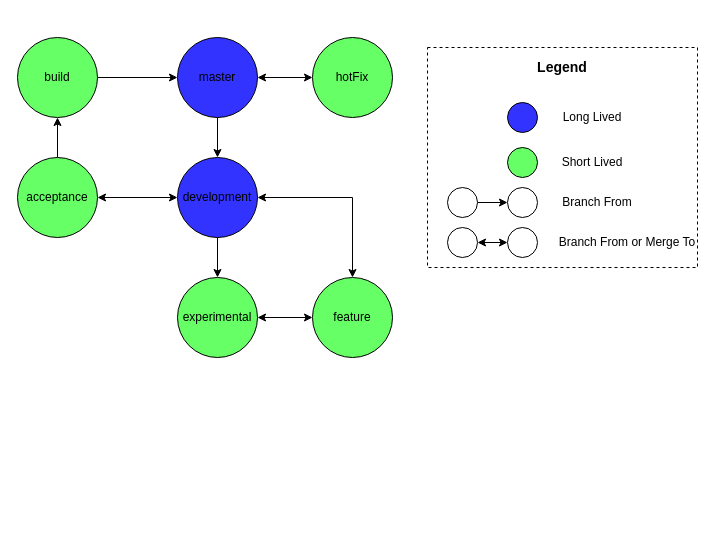
Before: Workflow/MontanaBranchingStrategyDiagrams.drawio in superstewie/Montana, a draw.io diagram. Source tidied: cells renumbered, new cells numbered last; positions are measured from the earlier drawing's top-left corner, leaving out a move shared by most shapes. Both pictures are drawn from the tidied source at 100%, with x=0, y=0 at pixel (17, 37).
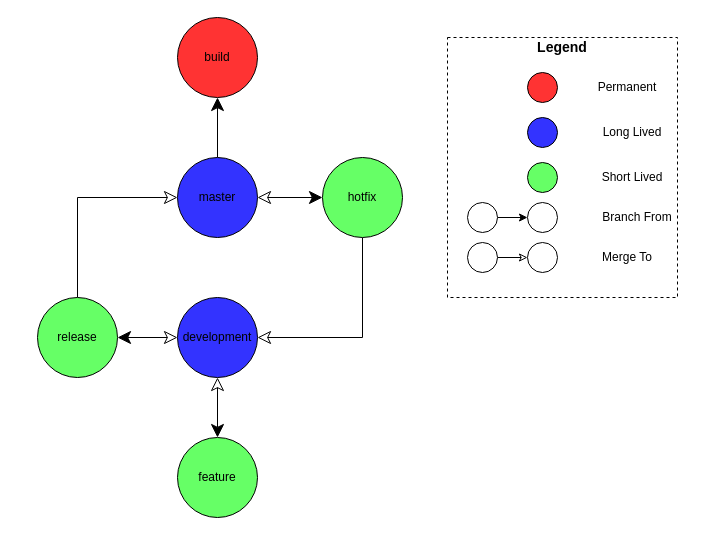
The same page after the edit.

Commit message (it also covers changes not shown here):
Update branching strategy files to reflect new suggestions.

The edit, as a diff of the source:
```diff
@@
-    <mxCell id="2" style="edgeStyle=orthogonalEdgeStyle;rounded=0;jettySize=auto;html=1;entryX=0.5;entryY=0;entryDx=0;entryDy=0;" parent="1" edge="1" source="4" target="7">
-      <mxGeometry relative="1" as="geometry" />
-    </mxCell>
-    <mxCell id="3" style="edgeStyle=orthogonalEdgeStyle;rounded=0;jettySize=auto;html=1;entryX=0;entryY=0.5;entryDx=0;entryDy=0;startArrow=classic;startFill=1;" parent="1" edge="1" source="4" target="14">
-      <mxGeometry relative="1" as="geometry" />
-    </mxCell>
-    <mxCell id="4" value="master" style="ellipse;whiteSpace=wrap;html=1;fillColor=#3333FF;" parent="1" vertex="1">
-      <mxGeometry x="160" width="80" height="80" as="geometry" />
-    </mxCell>
-    <mxCell id="5" style="edgeStyle=orthogonalEdgeStyle;rounded=0;jettySize=auto;html=1;entryX=0.5;entryY=0;entryDx=0;entryDy=0;" parent="1" edge="1" source="7" target="8">
-      <mxGeometry relative="1" as="geometry" />
-    </mxCell>
-    <mxCell id="6" style="edgeStyle=orthogonalEdgeStyle;rounded=0;jettySize=auto;html=1;entryX=1;entryY=0.5;entryDx=0;entryDy=0;startArrow=classic;startFill=1;" parent="1" edge="1" source="7" target="10">
-      <mxGeometry relative="1" as="geometry" />
-    </mxCell>
-    <mxCell id="7" value="development" style="ellipse;whiteSpace=wrap;html=1;fillColor=#3333FF;" parent="1" vertex="1">
-      <mxGeometry x="160" y="120" width="80" height="80" as="geometry" />
-    </mxCell>
-    <mxCell id="8" value="experimental" style="ellipse;whiteSpace=wrap;html=1;fillColor=#66FF66;" parent="1" vertex="1">
-      <mxGeometry x="160" y="240" width="80" height="80" as="geometry" />
-    </mxCell>
-    <mxCell id="9" style="edgeStyle=orthogonalEdgeStyle;rounded=0;jettySize=auto;html=1;startArrow=none;startFill=0;" parent="1" edge="1" source="10" target="16">
-      <mxGeometry relative="1" as="geometry" />
-    </mxCell>
-    <mxCell id="10" value="acceptance" style="ellipse;whiteSpace=wrap;html=1;fillColor=#66FF66;" parent="1" vertex="1">
-      <mxGeometry y="120" width="80" height="80" as="geometry" />
-    </mxCell>
-    <mxCell id="11" style="edgeStyle=orthogonalEdgeStyle;rounded=0;jettySize=auto;html=1;entryX=1;entryY=0.5;entryDx=0;entryDy=0;startArrow=classic;startFill=1;" parent="1" edge="1" source="13" target="8">
-      <mxGeometry relative="1" as="geometry" />
-    </mxCell>
-    <mxCell id="12" style="edgeStyle=orthogonalEdgeStyle;rounded=0;jettySize=auto;html=1;entryX=1;entryY=0.5;entryDx=0;entryDy=0;startArrow=classic;startFill=1;" parent="1" edge="1" source="13" target="7">
-      <mxGeometry relative="1" as="geometry">
-        <Array as="points">
-          <mxPoint x="335" y="160" />
-        </Array>
-      </mxGeometry>
-    </mxCell>
-    <mxCell id="13" value="feature" style="ellipse;whiteSpace=wrap;html=1;fillColor=#66FF66;" parent="1" vertex="1">
-      <mxGeometry x="295" y="240" width="80" height="80" as="geometry" />
-    </mxCell>
-    <mxCell id="14" value="hotFix" style="ellipse;whiteSpace=wrap;html=1;fillColor=#66FF66;" parent="1" vertex="1">
-      <mxGeometry x="295" width="80" height="80" as="geometry" />
-    </mxCell>
-    <mxCell id="15" style="edgeStyle=orthogonalEdgeStyle;rounded=0;jettySize=auto;html=1;startArrow=none;startFill=0;" parent="1" edge="1" source="16" target="4">
-      <mxGeometry relative="1" as="geometry" />
-    </mxCell>
-    <mxCell id="16" value="build" style="ellipse;whiteSpace=wrap;html=1;fillColor=#66FF66;" parent="1" vertex="1">
-      <mxGeometry width="80" height="80" as="geometry" />
-    </mxCell>
     <mxCell id="17" style="rounded=0;whiteSpace=wrap;html=1;fillColor=none;dashed=1;" parent="1" vertex="1">
-      <mxGeometry x="410" y="10" width="270" height="220" as="geometry" />
+      <mxGeometry x="430" width="230" height="260" as="geometry" />
     </mxCell>
     <mxCell id="18" style="ellipse;whiteSpace=wrap;html=1;fillColor=#3333FF;" parent="1" vertex="1">
-      <mxGeometry x="490" y="65" width="30" height="30" as="geometry" />
+      <mxGeometry x="510" y="80" width="30" height="30" as="geometry" />
     </mxCell>
     <mxCell id="19" value="Long Lived" style="text;html=1;strokeColor=none;fillColor=none;align=center;verticalAlign=middle;whiteSpace=wrap;rounded=0;" parent="1" vertex="1">
-      <mxGeometry x="540" y="70" width="70" height="20" as="geometry" />
+      <mxGeometry x="580" y="85" width="70" height="20" as="geometry" />
     </mxCell>
     <mxCell id="20" style="ellipse;whiteSpace=wrap;html=1;fillColor=#66FF66;" parent="1" vertex="1">
-      <mxGeometry x="490" y="110" width="30" height="30" as="geometry" />
+      <mxGeometry x="510" y="125" width="30" height="30" as="geometry" />
     </mxCell>
     <mxCell id="21" value="Short Lived" style="text;html=1;strokeColor=none;fillColor=none;align=center;verticalAlign=middle;whiteSpace=wrap;rounded=0;" parent="1" vertex="1">
-      <mxGeometry x="540" y="115" width="70" height="20" as="geometry" />
+      <mxGeometry x="580" y="130" width="70" height="20" as="geometry" />
     </mxCell>
@@
     <mxCell id="23" style="ellipse;whiteSpace=wrap;html=1;fillColor=#FFFFFF;" parent="1" vertex="1">
-      <mxGeometry x="430" y="150" width="30" height="30" as="geometry" />
+      <mxGeometry x="450" y="165" width="30" height="30" as="geometry" />
     </mxCell>
     <mxCell id="24" style="ellipse;whiteSpace=wrap;html=1;fillColor=#FFFFFF;" parent="1" vertex="1">
-      <mxGeometry x="490" y="150" width="30" height="30" as="geometry" />
+      <mxGeometry x="510" y="165" width="30" height="30" as="geometry" />
     </mxCell>
     <mxCell id="25" value="Branch From" style="text;html=1;strokeColor=none;fillColor=none;align=center;verticalAlign=middle;whiteSpace=wrap;rounded=0;" parent="1" vertex="1">
-      <mxGeometry x="540" y="155" width="80" height="20" as="geometry" />
+      <mxGeometry x="580" y="170" width="80" height="20" as="geometry" />
     </mxCell>
-    <mxCell id="26" style="edgeStyle=orthogonalEdgeStyle;rounded=0;jettySize=auto;html=1;startArrow=classic;startFill=1;" parent="1" edge="1" source="27" target="28">
+    <mxCell id="26" style="edgeStyle=orthogonalEdgeStyle;rounded=0;jettySize=auto;html=1;startArrow=none;startFill=0;endArrow=classic;endFill=0;" parent="1" edge="1" source="27" target="28">
       <mxGeometry relative="1" as="geometry" />
     </mxCell>
     <mxCell id="27" style="ellipse;whiteSpace=wrap;html=1;fillColor=#FFFFFF;" parent="1" vertex="1">
-      <mxGeometry x="430" y="190" width="30" height="30" as="geometry" />
+      <mxGeometry x="450" y="205" width="30" height="30" as="geometry" />
     </mxCell>
     <mxCell id="28" style="ellipse;whiteSpace=wrap;html=1;fillColor=#FFFFFF;" parent="1" vertex="1">
-      <mxGeometry x="490" y="190" width="30" height="30" as="geometry" />
+      <mxGeometry x="510" y="205" width="30" height="30" as="geometry" />
     </mxCell>
-    <mxCell id="29" value="Branch From or Merge To" style="text;html=1;strokeColor=none;fillColor=none;align=center;verticalAlign=middle;whiteSpace=wrap;rounded=0;" parent="1" vertex="1">
-      <mxGeometry x="540" y="195" width="140" height="20" as="geometry" />
+    <mxCell id="29" value="Merge To" style="text;html=1;strokeColor=none;fillColor=none;align=center;verticalAlign=middle;whiteSpace=wrap;rounded=0;" parent="1" vertex="1">
+      <mxGeometry x="580" y="210" width="60" height="20" as="geometry" />
     </mxCell>
     <mxCell id="30" value="&lt;b&gt;&lt;font style=&quot;font-size: 14px&quot;&gt;Legend&lt;/font&gt;&lt;/b&gt;" style="text;html=1;strokeColor=none;fillColor=none;align=center;verticalAlign=middle;whiteSpace=wrap;rounded=0;" parent="1" vertex="1">
-      <mxGeometry x="525" y="20" width="40" height="20" as="geometry" />
+      <mxGeometry x="525" width="40" height="20" as="geometry" />
     </mxCell>
+    <mxCell id="31" style="edgeStyle=orthogonalEdgeStyle;rounded=0;jettySize=auto;html=1;entryX=0;entryY=0.5;entryDx=0;entryDy=0;startArrow=classic;startFill=0;startSize=11;endArrow=classic;endFill=1;endSize=11;" parent="1" edge="1" source="4" target="38">
+      <mxGeometry relative="1" as="geometry" />
+    </mxCell>
+    <mxCell id="32" style="edgeStyle=orthogonalEdgeStyle;rounded=0;jettySize=auto;html=1;startArrow=none;startFill=0;startSize=11;endArrow=classic;endFill=1;endSize=11;" parent="1" edge="1" source="4" target="16">
+      <mxGeometry relative="1" as="geometry" />
+    </mxCell>
+    <mxCell id="4" value="master" style="ellipse;whiteSpace=wrap;html=1;fillColor=#3333FF;" parent="1" vertex="1">
+      <mxGeometry x="160" y="120" width="80" height="80" as="geometry" />
+    </mxCell>
+    <mxCell id="33" style="edgeStyle=orthogonalEdgeStyle;rounded=0;jettySize=auto;html=1;endSize=11;startSize=11;startArrow=classic;startFill=0;" parent="1" edge="1" source="7" target="13">
+      <mxGeometry relative="1" as="geometry" />
+    </mxCell>
+    <mxCell id="34" style="edgeStyle=orthogonalEdgeStyle;rounded=0;jettySize=auto;html=1;startArrow=classic;startFill=0;startSize=11;endSize=11;" parent="1" edge="1" source="7" target="36">
+      <mxGeometry relative="1" as="geometry" />
+    </mxCell>
+    <mxCell id="7" value="development" style="ellipse;whiteSpace=wrap;html=1;fillColor=#3333FF;" parent="1" vertex="1">
+      <mxGeometry x="160" y="260" width="80" height="80" as="geometry" />
+    </mxCell>
+    <mxCell id="35" style="edgeStyle=orthogonalEdgeStyle;rounded=0;jettySize=auto;html=1;entryX=0;entryY=0.5;entryDx=0;entryDy=0;startArrow=none;startFill=0;startSize=11;endSize=11;endArrow=classic;endFill=0;" parent="1" edge="1" source="36" target="4">
+      <mxGeometry relative="1" as="geometry">
+        <Array as="points">
+          <mxPoint x="60.5" y="160" />
+        </Array>
+      </mxGeometry>
+    </mxCell>
+    <mxCell id="36" value="release" style="ellipse;whiteSpace=wrap;html=1;fillColor=#66FF66;" parent="1" vertex="1">
+      <mxGeometry x="20" y="260" width="80" height="80" as="geometry" />
+    </mxCell>
+    <mxCell id="37" style="edgeStyle=orthogonalEdgeStyle;rounded=0;jettySize=auto;html=1;entryX=1;entryY=0.5;entryDx=0;entryDy=0;startArrow=none;startFill=0;startSize=11;endArrow=classic;endFill=0;endSize=11;" parent="1" edge="1" source="38" target="7">
+      <mxGeometry relative="1" as="geometry">
+        <Array as="points">
+          <mxPoint x="345.5" y="300" />
+        </Array>
+      </mxGeometry>
+    </mxCell>
+    <mxCell id="38" value="hotfix" style="ellipse;whiteSpace=wrap;html=1;fillColor=#66FF66;" parent="1" vertex="1">
+      <mxGeometry x="305" y="120" width="80" height="80" as="geometry" />
+    </mxCell>
+    <mxCell id="13" value="feature" style="ellipse;whiteSpace=wrap;html=1;fillColor=#66FF66;" parent="1" vertex="1">
+      <mxGeometry x="160" y="400" width="80" height="80" as="geometry" />
+    </mxCell>
+    <mxCell id="16" value="build" style="ellipse;whiteSpace=wrap;html=1;fillColor=#FF3333;" parent="1" vertex="1">
+      <mxGeometry x="160" y="-20" width="80" height="80" as="geometry" />
+    </mxCell>
+    <mxCell id="39" style="ellipse;whiteSpace=wrap;html=1;fillColor=#FF3333;" parent="1" vertex="1">
+      <mxGeometry x="510" y="35" width="30" height="30" as="geometry" />
+    </mxCell>
+    <mxCell id="40" value="Permanent" style="text;html=1;strokeColor=none;fillColor=none;align=center;verticalAlign=middle;whiteSpace=wrap;rounded=0;" parent="1" vertex="1">
+      <mxGeometry x="590" y="40" width="40" height="20" as="geometry" />
+    </mxCell>
```
